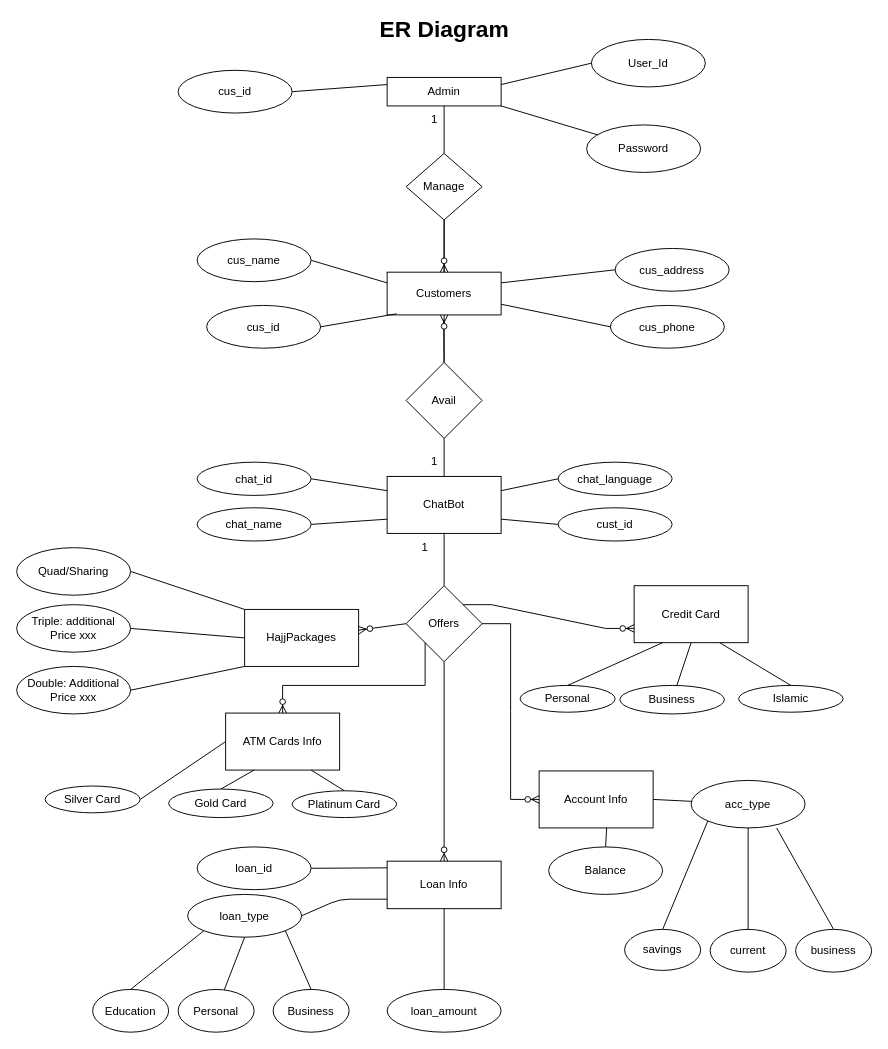
myselfswk/FYP-Chatbot-Diagrams keeps this draw.io diagram as page "Page-2" (2 of 5) of FYP-Chatbot.drawio. Above is the earlier version. Source tidied: cells renumbered, new cells numbered last; positions are measured from the earlier drawing's top-left corner, leaving out a move shared by most shapes. Both pictures are drawn from the tidied source at 95%, with x=0, y=0 at pixel (16, 20).
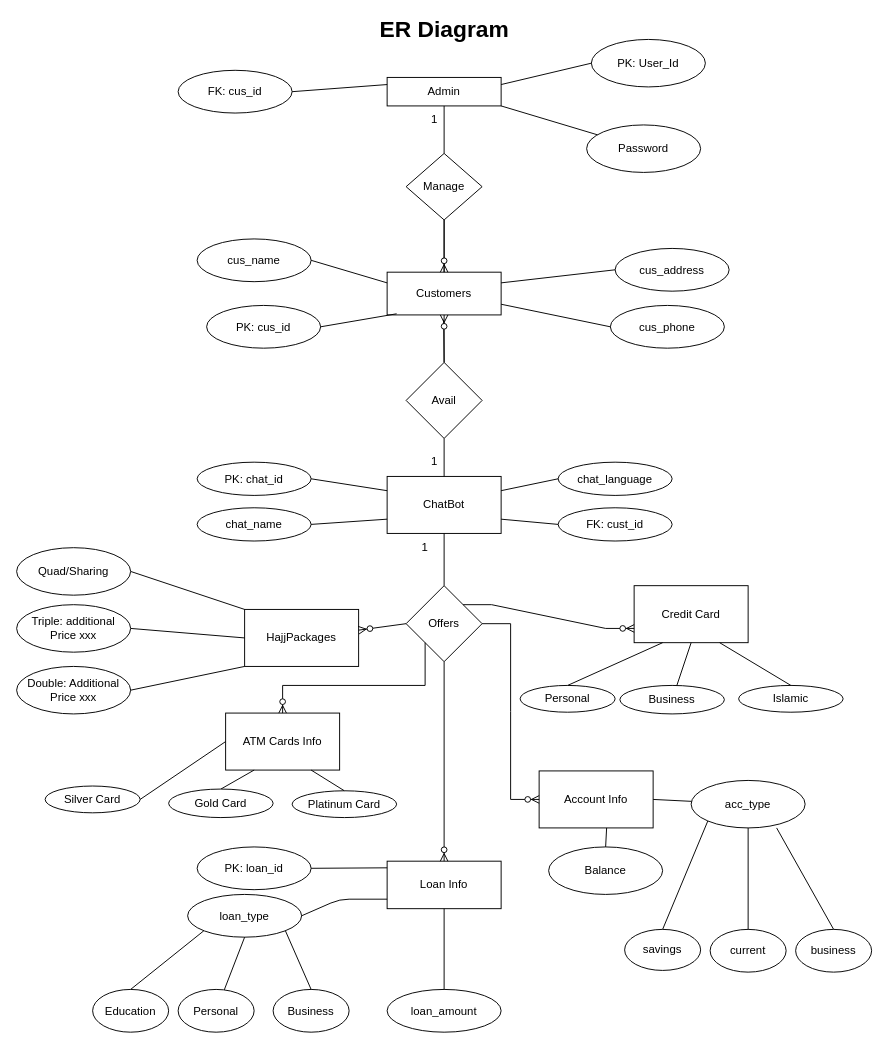
After the change.

Change to the diagram source:
```diff
@@
-    <mxCell id="8" value="chat_id" style="ellipse;whiteSpace=wrap;html=1;rounded=0;" parent="1" vertex="1">
+    <mxCell id="8" value="PK: chat_id" style="ellipse;whiteSpace=wrap;html=1;rounded=0;" parent="1" vertex="1">
       <mxGeometry x="190" y="465" width="120" height="35" as="geometry" />
     </mxCell>
@@
-    <mxCell id="15" value="loan_id" style="ellipse;whiteSpace=wrap;html=1;rounded=0;" parent="1" vertex="1">
+    <mxCell id="15" value="PK: loan_id" style="ellipse;whiteSpace=wrap;html=1;rounded=0;" parent="1" vertex="1">
       <mxGeometry x="190" y="870" width="120" height="45" as="geometry" />
     </mxCell>
@@
-    <mxCell id="60" value="cust_id" style="ellipse;whiteSpace=wrap;html=1;rounded=0;" parent="1" vertex="1">
+    <mxCell id="60" value="FK: cust_id" style="ellipse;whiteSpace=wrap;html=1;rounded=0;" parent="1" vertex="1">
       <mxGeometry x="570" y="513" width="120" height="35" as="geometry" />
     </mxCell>
@@
-    <mxCell id="73" value="&lt;span&gt;cus_id&lt;/span&gt;" style="ellipse;whiteSpace=wrap;html=1;rounded=0;" parent="1" vertex="1">
+    <mxCell id="73" value="&lt;span&gt;FK: cus_id&lt;/span&gt;" style="ellipse;whiteSpace=wrap;html=1;rounded=0;" parent="1" vertex="1">
       <mxGeometry x="170" y="52.5" width="120" height="45" as="geometry" />
     </mxCell>
@@
-    <mxCell id="75" value="&lt;span&gt;cus_id&lt;/span&gt;" style="ellipse;whiteSpace=wrap;html=1;rounded=0;" parent="1" vertex="1">
+    <mxCell id="75" value="&lt;span&gt;PK: cus_id&lt;/span&gt;" style="ellipse;whiteSpace=wrap;html=1;rounded=0;" parent="1" vertex="1">
       <mxGeometry x="200" y="300" width="120" height="45" as="geometry" />
     </mxCell>
@@
-    <mxCell id="77" value="User_Id" style="ellipse;whiteSpace=wrap;html=1;rounded=0;" parent="1" vertex="1">
+    <mxCell id="77" value="PK: User_Id" style="ellipse;whiteSpace=wrap;html=1;rounded=0;" parent="1" vertex="1">
       <mxGeometry x="605" y="20" width="120" height="50" as="geometry" />
     </mxCell>
```
